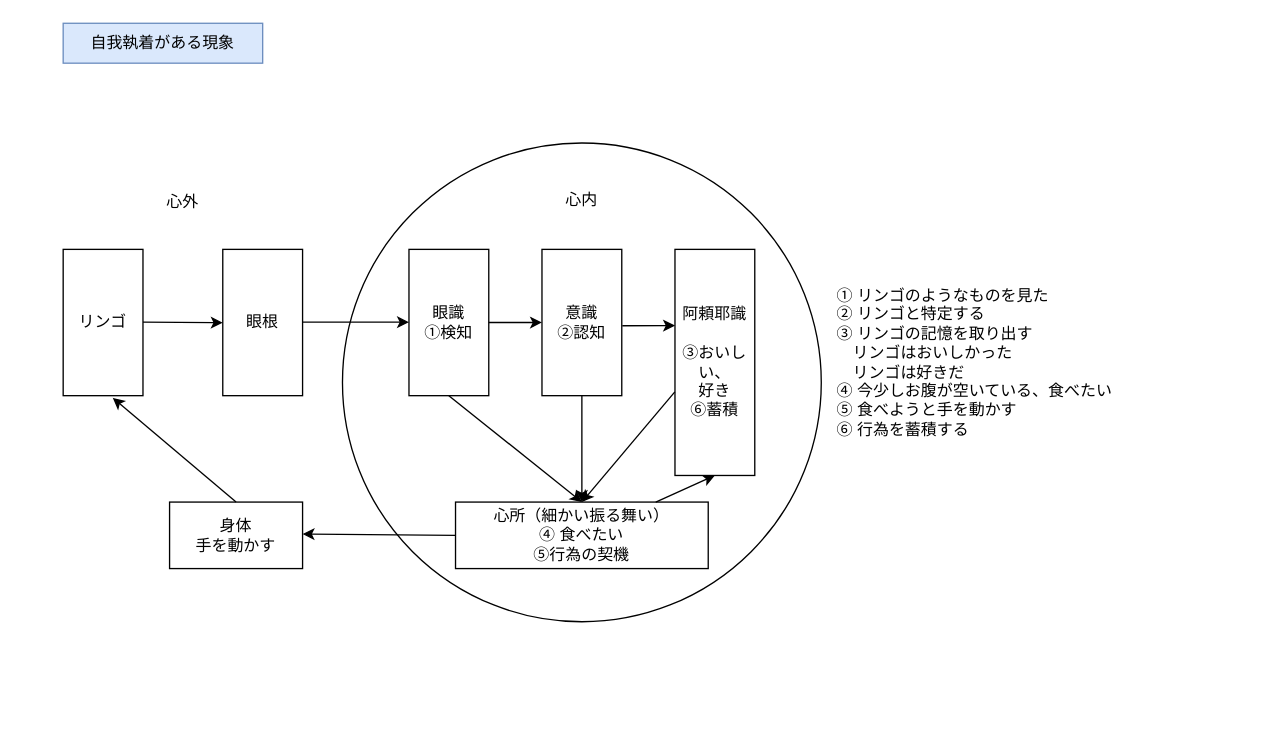
Earlier version of the draw.io diagram yuishiki_work2.drawio (YossyIto/booklog_drowio). Source tidied: cells renumbered, new cells numbered last; positions are measured from the earlier drawing's top-left corner, leaving out a move shared by most shapes. Both pictures are drawn from the tidied source at 133%, with x=0, y=0 at pixel (63, 23).
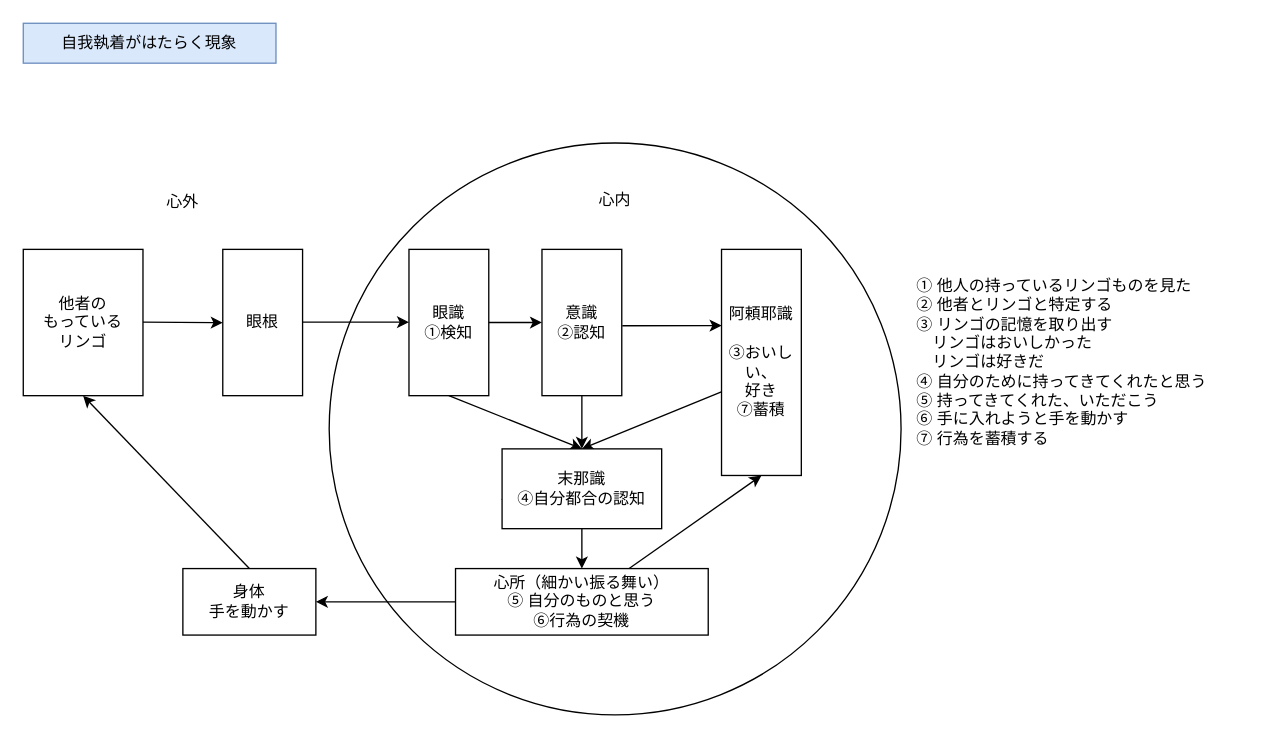
The same diagram, later.

Commit message:
yuishiki_work2.drawio を更新します

The change refers to these unchanged cells:
```xml
<mxCell id="6" value="眼識&lt;div&gt;①検知&lt;/div&gt;" style="rounded=0;whiteSpace=wrap;html=1;" parent="1" vertex="1">
  <mxGeometry x="260" y="170" width="60" height="110" as="geometry" />
</mxCell>
<mxCell id="12" value="意識&lt;div&gt;➁認知&lt;/div&gt;" style="rounded=0;whiteSpace=wrap;html=1;" parent="1" vertex="1">
  <mxGeometry x="360" y="170" width="60" height="110" as="geometry" />
</mxCell>
```

Change to the diagram source:
```diff
@@
-    <mxCell id="2" value="自我執着がある現象" style="text;html=1;align=center;verticalAlign=middle;whiteSpace=wrap;rounded=0;fillColor=#dae8fc;strokeColor=#6c8ebf;" parent="1" vertex="1">
-      <mxGeometry width="150" height="30" as="geometry" />
+    <mxCell id="2" value="自我執着がはたらく現象" style="text;html=1;align=center;verticalAlign=middle;whiteSpace=wrap;rounded=0;fillColor=#dae8fc;strokeColor=#6c8ebf;" parent="1" vertex="1">
+      <mxGeometry x="-30" width="190" height="30" as="geometry" />
     </mxCell>
     <mxCell id="3" value="&lt;div&gt;&lt;br&gt;&lt;/div&gt;&lt;div&gt;&lt;br&gt;&lt;/div&gt;心内" style="ellipse;whiteSpace=wrap;html=1;verticalAlign=top;" parent="1" vertex="1">
-      <mxGeometry x="210" y="90" width="360" height="360" as="geometry" />
+      <mxGeometry x="200" y="90" width="430" height="430" as="geometry" />
     </mxCell>
-    <mxCell id="4" value="阿頼耶識&lt;div&gt;&lt;br&gt;&lt;div&gt;③おいしい、&lt;/div&gt;&lt;/div&gt;&lt;div&gt;好き&lt;/div&gt;&lt;div&gt;⑥蓄積&lt;/div&gt;" style="rounded=0;whiteSpace=wrap;html=1;" parent="1" vertex="1">
-      <mxGeometry x="460" y="170" width="60" height="170" as="geometry" />
+    <mxCell id="4" value="阿頼耶識&lt;div&gt;&lt;br&gt;&lt;div&gt;③おいしい、&lt;/div&gt;&lt;/div&gt;&lt;div&gt;好き&lt;/div&gt;&lt;div&gt;⑦蓄積&lt;/div&gt;" style="rounded=0;whiteSpace=wrap;html=1;" parent="1" vertex="1">
+      <mxGeometry x="495" y="170" width="60" height="170" as="geometry" />
     </mxCell>
@@
-    <mxCell id="7" value="リンゴ" style="rounded=0;whiteSpace=wrap;html=1;" parent="1" vertex="1">
-      <mxGeometry y="170" width="60" height="110" as="geometry" />
+    <mxCell id="7" value="&lt;div&gt;他者の&lt;/div&gt;&lt;div&gt;もっている&lt;/div&gt;リンゴ" style="rounded=0;whiteSpace=wrap;html=1;" parent="1" vertex="1">
+      <mxGeometry x="-30" y="170" width="90" height="110" as="geometry" />
     </mxCell>
@@
-    <mxCell id="13" value="心所（細かい振る舞い）&lt;div&gt;④ 食べたい&lt;/div&gt;&lt;div&gt;⑤行為の契機&lt;/div&gt;" style="rounded=0;whiteSpace=wrap;html=1;" parent="1" vertex="1">
-      <mxGeometry x="295" y="360" width="190" height="50" as="geometry" />
+    <mxCell id="13" value="心所（細かい振る舞い）&lt;div&gt;⑤ 自分のものと思う&lt;/div&gt;&lt;div&gt;⑥行為の契機&lt;/div&gt;" style="rounded=0;whiteSpace=wrap;html=1;" parent="1" vertex="1">
+      <mxGeometry x="295" y="410" width="190" height="50" as="geometry" />
     </mxCell>
-    <mxCell id="14" style="endArrow=classic;html=1;rounded=0;entryX=0.5;entryY=0;entryDx=0;entryDy=0;exitX=0.5;exitY=1;exitDx=0;exitDy=0;" parent="1" edge="1" source="6" target="13">
+    <mxCell id="14" style="endArrow=classic;html=1;rounded=0;entryX=0.5;entryY=0;entryDx=0;entryDy=0;exitX=0.5;exitY=1;exitDx=0;exitDy=0;" parent="1" edge="1" source="6" target="24">
       <mxGeometry relative="1" as="geometry" />
     </mxCell>
@@
-    <mxCell id="16" style="endArrow=classic;html=1;rounded=0;exitX=-0.002;exitY=0.63;exitDx=0;exitDy=0;entryX=0.5;entryY=0;entryDx=0;entryDy=0;exitPerimeter=0;" parent="1" edge="1" source="4" target="13">
-      <mxGeometry relative="1" as="geometry" />
+    <mxCell id="16" style="endArrow=classic;html=1;rounded=0;exitX=-0.002;exitY=0.63;exitDx=0;exitDy=0;entryX=0.5;entryY=0;entryDx=0;entryDy=0;exitPerimeter=0;" parent="1" edge="1" source="24" target="13">
+      <mxGeometry relative="1" as="geometry">
+        <Array as="points">
+          <mxPoint x="390" y="380" />
+        </Array>
+      </mxGeometry>
     </mxCell>
-    <mxCell id="17" value="① リンゴのようなものを見た&lt;div&gt;➁ リンゴと特定する&lt;/div&gt;&lt;div&gt;③ リンゴの記憶を取り出す&lt;/div&gt;&lt;div&gt;　リンゴはおいしかった&lt;/div&gt;&lt;div&gt;　リンゴは好きだ&lt;/div&gt;&lt;div&gt;④ 今少しお腹が空いている、食べたい&lt;/div&gt;&lt;div&gt;⑤ 食べようと手を動かす&lt;/div&gt;&lt;div&gt;⑥ 行為を蓄積する&lt;/div&gt;" style="text;html=1;align=left;verticalAlign=middle;whiteSpace=wrap;rounded=0;" parent="1" vertex="1">
-      <mxGeometry x="580" y="150" width="250" height="210" as="geometry" />
+    <mxCell id="17" value="① 他人の持っているリンゴものを見た&lt;div&gt;➁ 他者とリンゴと特定する&lt;/div&gt;&lt;div&gt;&lt;span style=&quot;background-color: transparent; color: light-dark(rgb(0, 0, 0), rgb(255, 255, 255));&quot;&gt;③ リンゴの記憶を取り出す&lt;/span&gt;&lt;/div&gt;&lt;div&gt;　リンゴはおいしかった&lt;/div&gt;&lt;div&gt;　リンゴは好きだ&lt;/div&gt;&lt;div&gt;④&amp;nbsp;&lt;span style=&quot;background-color: transparent; color: light-dark(rgb(0, 0, 0), rgb(255, 255, 255));&quot;&gt;自分のために持ってきてくれたと思う&lt;/span&gt;&lt;/div&gt;&lt;div&gt;&lt;div&gt;⑤ 持ってきてくれた、いただこう&lt;/div&gt;&lt;/div&gt;&lt;div&gt;&lt;span style=&quot;background-color: transparent; color: light-dark(rgb(0, 0, 0), rgb(255, 255, 255));&quot;&gt;⑥ 手に入れようと手を動かす&lt;/span&gt;&lt;/div&gt;&lt;div&gt;&lt;span style=&quot;background-color: transparent; color: light-dark(rgb(0, 0, 0), rgb(255, 255, 255));&quot;&gt;⑦ 行為を蓄積する&lt;/span&gt;&lt;/div&gt;" style="text;html=1;align=left;verticalAlign=middle;whiteSpace=wrap;rounded=0;" parent="1" vertex="1">
+      <mxGeometry x="640" y="150" width="250" height="210" as="geometry" />
     </mxCell>
-    <mxCell id="18" style="endArrow=classic;html=1;rounded=0;exitX=0.5;exitY=1;exitDx=0;exitDy=0;" parent="1" edge="1" source="12" target="13">
+    <mxCell id="18" style="endArrow=classic;html=1;rounded=0;exitX=0.5;exitY=1;exitDx=0;exitDy=0;entryX=0.5;entryY=0;entryDx=0;entryDy=0;" parent="1" edge="1" source="12" target="24">
       <mxGeometry relative="1" as="geometry" />
     </mxCell>
-    <mxCell id="19" style="endArrow=classic;html=1;rounded=0;exitX=0;exitY=0.5;exitDx=0;exitDy=0;" parent="1" edge="1" source="13">
-      <mxGeometry relative="1" as="geometry">
-        <mxPoint x="180" y="384" as="targetPoint" />
-      </mxGeometry>
+    <mxCell id="19" style="endArrow=classic;html=1;rounded=0;exitX=0;exitY=0.5;exitDx=0;exitDy=0;entryX=1;entryY=0.5;entryDx=0;entryDy=0;" parent="1" edge="1" source="13" target="20">
+      <mxGeometry relative="1" as="geometry" />
     </mxCell>
     <mxCell id="20" value="身体&lt;div&gt;手を動かす&lt;/div&gt;" style="rounded=0;whiteSpace=wrap;html=1;" parent="1" vertex="1">
-      <mxGeometry x="80" y="360" width="100" height="50" as="geometry" />
+      <mxGeometry x="90" y="410" width="100" height="50" as="geometry" />
     </mxCell>
@@
-    <mxCell id="22" style="endArrow=classic;html=1;rounded=0;entryX=0.621;entryY=1.015;entryDx=0;entryDy=0;entryPerimeter=0;exitX=0.5;exitY=0;exitDx=0;exitDy=0;" parent="1" edge="1" source="20" target="7">
+    <mxCell id="22" style="endArrow=classic;html=1;rounded=0;entryX=0.5;entryY=1;entryDx=0;entryDy=0;exitX=0.5;exitY=0;exitDx=0;exitDy=0;" parent="1" edge="1" source="20" target="7">
       <mxGeometry relative="1" as="geometry" />
     </mxCell>
+    <mxCell id="23" style="endArrow=classic;html=1;rounded=0;exitX=-0.002;exitY=0.63;exitDx=0;exitDy=0;entryX=0.5;entryY=0;entryDx=0;entryDy=0;exitPerimeter=0;" parent="1" edge="1" source="4" target="24">
+      <mxGeometry relative="1" as="geometry" />
+    </mxCell>
+    <mxCell id="24" value="末那識&lt;div&gt;④自分都合の認知&lt;/div&gt;" style="rounded=0;whiteSpace=wrap;html=1;" parent="1" vertex="1">
+      <mxGeometry x="330" y="320" width="120" height="60" as="geometry" />
+    </mxCell>
```
